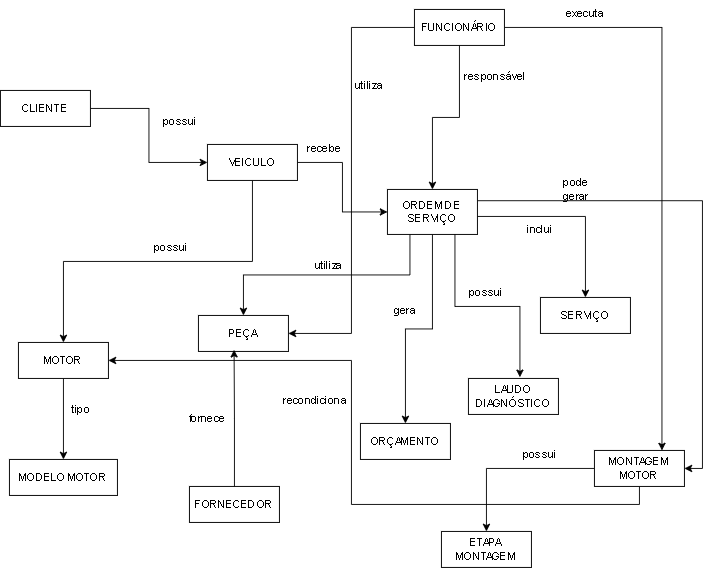
Earlier version of the draw.io export docs/database/diagrams/01-Simple-Diagram.png (Tittozo/Project-FeioDiesel). Source tidied: cells renumbered, new cells last; positions are measured from the earlier drawing's top-left corner, leaving out a move shared by most shapes.
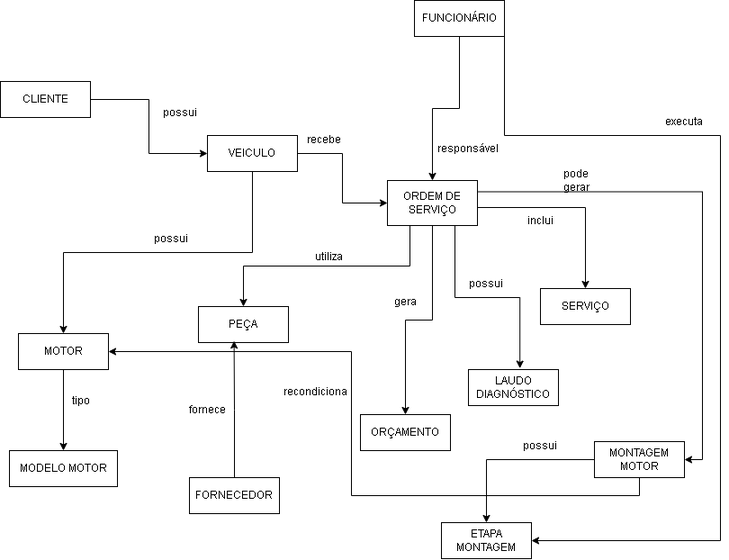
The same diagram one commit later.

Change to the diagram source:
```diff
@@ -56,17 +56,20 @@
     <mxCell id="18" style="edgeStyle=orthogonalEdgeStyle;rounded=0;jettySize=auto;html=1;exitX=0.5;exitY=1;exitDx=0;exitDy=0;entryX=0.5;entryY=0;entryDx=0;entryDy=0;" parent="1" edge="1" source="21" target="11">
       <mxGeometry relative="1" as="geometry" />
     </mxCell>
-    <mxCell id="19" style="edgeStyle=orthogonalEdgeStyle;rounded=0;jettySize=auto;html=1;exitX=1;exitY=0.5;exitDx=0;exitDy=0;entryX=0.75;entryY=0;entryDx=0;entryDy=0;" parent="1" edge="1" source="21" target="35">
-      <mxGeometry relative="1" as="geometry" />
-    </mxCell>
-    <mxCell id="20" style="edgeStyle=orthogonalEdgeStyle;rounded=0;jettySize=auto;html=1;exitX=0;exitY=0.5;exitDx=0;exitDy=0;entryX=1;entryY=0.5;entryDx=0;entryDy=0;" parent="1" edge="1" source="21" target="16">
-      <mxGeometry relative="1" as="geometry" />
-    </mxCell>
+    <mxCell id="45" style="edgeStyle=orthogonalEdgeStyle;rounded=0;jettySize=auto;html=1;exitX=1;exitY=0.5;exitDx=0;exitDy=0;entryX=1;entryY=0.5;entryDx=0;entryDy=0;" parent="1" edge="1" source="21" target="36">
+      <mxGeometry relative="1" as="geometry">
+        <Array as="points">
+          <mxPoint x="560" y="160" />
+          <mxPoint x="800" y="160" />
+          <mxPoint x="800" y="610" />
+        </Array>
+      </mxGeometry>
+    </mxCell>
     <mxCell id="21" value="FUNCIONÁRIO" style="whiteSpace=wrap;html=1;align=center;" parent="1" vertex="1">
       <mxGeometry x="460" y="10" width="100" height="40" as="geometry" />
     </mxCell>
     <mxCell id="22" value="responsável" style="text;html=1;whiteSpace=wrap;strokeColor=none;fillColor=none;align=center;verticalAlign=middle;rounded=0;" parent="1" vertex="1">
-      <mxGeometry x="520" y="70" width="60" height="30" as="geometry" />
+      <mxGeometry x="490" y="160" width="60" height="30" as="geometry" />
     </mxCell>
     <mxCell id="23" style="edgeStyle=orthogonalEdgeStyle;rounded=0;jettySize=auto;html=1;exitX=0.5;exitY=1;exitDx=0;exitDy=0;entryX=0.5;entryY=0;entryDx=0;entryDy=0;" parent="1" edge="1" source="24" target="26">
       <mxGeometry relative="1" as="geometry" />
@@ -126,11 +129,8 @@
       <mxGeometry x="200" y="450" width="60" height="30" as="geometry" />
     </mxCell>
     <mxCell id="42" value="executa" style="text;html=1;whiteSpace=wrap;strokeColor=none;fillColor=none;align=center;verticalAlign=middle;rounded=0;" parent="1" vertex="1">
-      <mxGeometry x="620" width="60" height="30" as="geometry" />
+      <mxGeometry x="730" y="130" width="60" height="30" as="geometry" />
     </mxCell>
-    <mxCell id="43" value="utiliza" style="text;html=1;whiteSpace=wrap;strokeColor=none;fillColor=none;align=center;verticalAlign=middle;rounded=0;" parent="1" vertex="1">
-      <mxGeometry x="380" y="80" width="60" height="30" as="geometry" />
-    </mxCell>
     <mxCell id="44" value="recondiciona" style="text;html=1;whiteSpace=wrap;strokeColor=none;fillColor=none;align=center;verticalAlign=middle;rounded=0;" parent="1" vertex="1">
       <mxGeometry x="320" y="430" width="60" height="30" as="geometry" />
     </mxCell>
```
